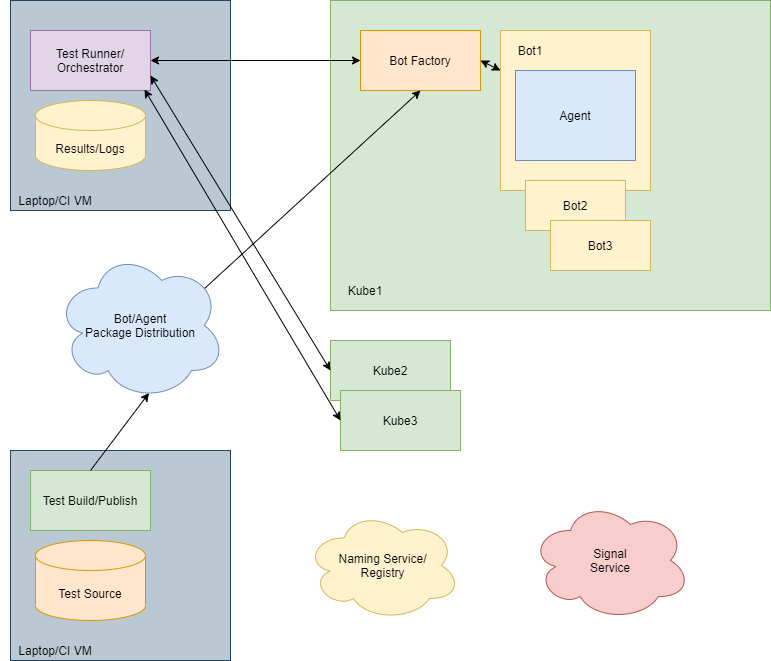
Above: docs/content/diagrams/bot-agent-testing.png in dxos/gravity (draw.io), before the change. Source tidied: cells renumbered, new cells last; positions are measured from the earlier drawing's top-left corner, leaving out a move shared by most shapes.
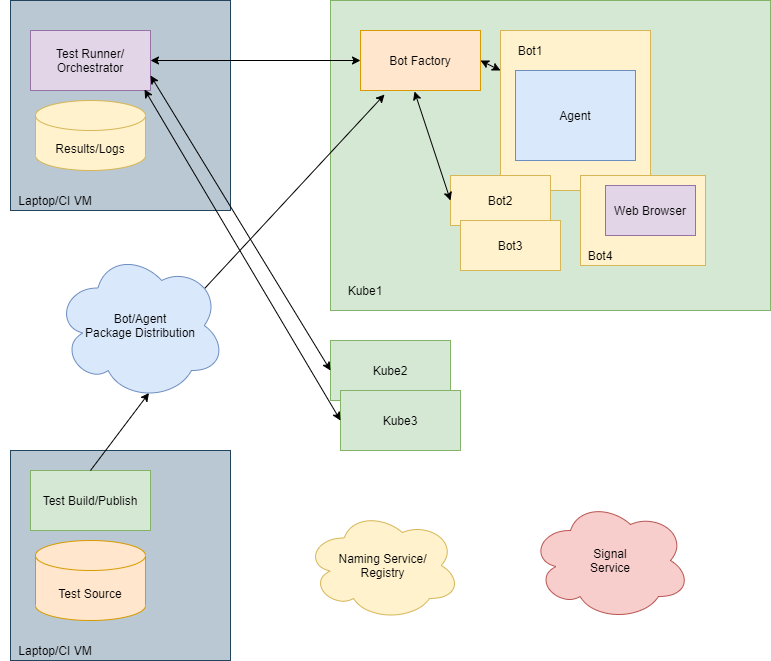
After the commit.

The edit, as a diff of the source:
```diff
@@ -24,10 +24,10 @@
       <mxGeometry x="340" y="390" width="120" height="60" as="geometry" />
     </mxCell>
     <mxCell id="9" value="Bot2" style="rounded=0;whiteSpace=wrap;html=1;fillColor=#fff2cc;strokeColor=#d6b656;" parent="1" vertex="1">
-      <mxGeometry x="525" y="180" width="100" height="50" as="geometry" />
+      <mxGeometry x="450" y="175" width="100" height="50" as="geometry" />
     </mxCell>
     <mxCell id="10" value="Bot3" style="rounded=0;whiteSpace=wrap;html=1;fillColor=#fff2cc;strokeColor=#d6b656;" parent="1" vertex="1">
-      <mxGeometry x="550" y="220" width="100" height="50" as="geometry" />
+      <mxGeometry x="460" y="220" width="100" height="50" as="geometry" />
     </mxCell>
     <mxCell id="11" value="Bot1" style="text;html=1;strokeColor=none;fillColor=none;align=center;verticalAlign=middle;whiteSpace=wrap;rounded=0;" parent="1" vertex="1">
       <mxGeometry x="510" y="40" width="40" height="20" as="geometry" />
@@ -47,7 +47,7 @@
     <mxCell id="16" value="Bot/Agent&lt;br&gt;Package Distribution" style="ellipse;shape=cloud;whiteSpace=wrap;html=1;fillColor=#dae8fc;strokeColor=#6c8ebf;" parent="1" vertex="1">
       <mxGeometry x="55" y="250" width="170" height="150" as="geometry" />
     </mxCell>
-    <mxCell id="17" style="endArrow=classic;html=1;entryX=0.5;entryY=1;entryDx=0;entryDy=0;exitX=0.88;exitY=0.25;exitDx=0;exitDy=0;exitPerimeter=0;" parent="1" edge="1" source="16" target="5">
+    <mxCell id="17" style="endArrow=classic;html=1;entryX=0.2;entryY=1.067;entryDx=0;entryDy=0;exitX=0.88;exitY=0.25;exitDx=0;exitDy=0;exitPerimeter=0;entryPerimeter=0;" parent="1" edge="1" source="16" target="5">
       <mxGeometry relative="1" as="geometry" />
     </mxCell>
     <mxCell id="18" style="rounded=0;whiteSpace=wrap;html=1;fillColor=#bac8d3;strokeColor=#23445d;" parent="1" vertex="1">
@@ -83,5 +83,17 @@
     <mxCell id="28" value="Naming Service/&lt;br&gt;Registry" style="ellipse;shape=cloud;whiteSpace=wrap;html=1;fillColor=#fff2cc;strokeColor=#d6b656;" parent="1" vertex="1">
       <mxGeometry x="305" y="510" width="155" height="110" as="geometry" />
     </mxCell>
+    <mxCell id="29" style="rounded=0;whiteSpace=wrap;html=1;fillColor=#fff2cc;strokeColor=#d6b656;" parent="1" vertex="1">
+      <mxGeometry x="580" y="175" width="125" height="90" as="geometry" />
+    </mxCell>
+    <mxCell id="30" value="Bot4" style="text;html=1;strokeColor=none;fillColor=none;align=center;verticalAlign=middle;whiteSpace=wrap;rounded=0;" parent="1" vertex="1">
+      <mxGeometry x="580" y="245" width="40" height="20" as="geometry" />
+    </mxCell>
+    <mxCell id="31" value="Web Browser" style="rounded=0;whiteSpace=wrap;html=1;fillColor=#e1d5e7;strokeColor=#9673a6;" parent="1" vertex="1">
+      <mxGeometry x="605" y="185" width="90" height="50" as="geometry" />
+    </mxCell>
+    <mxCell id="32" style="endArrow=classic;startArrow=classic;html=1;entryX=0;entryY=0.5;entryDx=0;entryDy=0;exitX=0.45;exitY=1.017;exitDx=0;exitDy=0;exitPerimeter=0;" parent="1" edge="1" source="5" target="9">
+      <mxGeometry relative="1" as="geometry" />
+    </mxCell>
   </root>
 </mxGraphModel>
```
